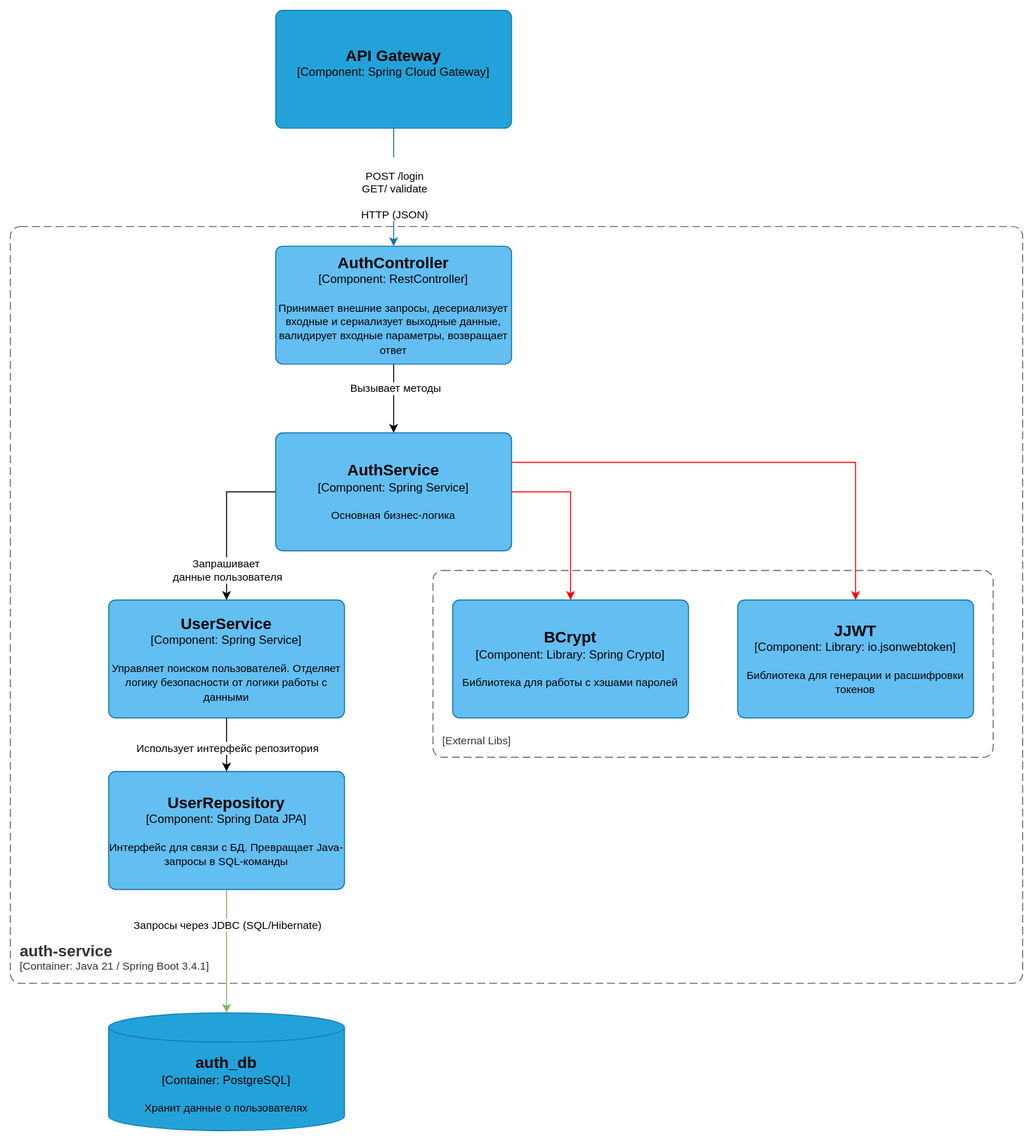
Before: Docs/As-is/Diagrams/AuthServiceC4.svg, a diagram exported from draw.io (ni1a207/Healthcare-System). Source tidied: cells renumbered, new cells last; positions are measured from the earlier drawing's top-left corner, leaving out a move shared by most shapes.
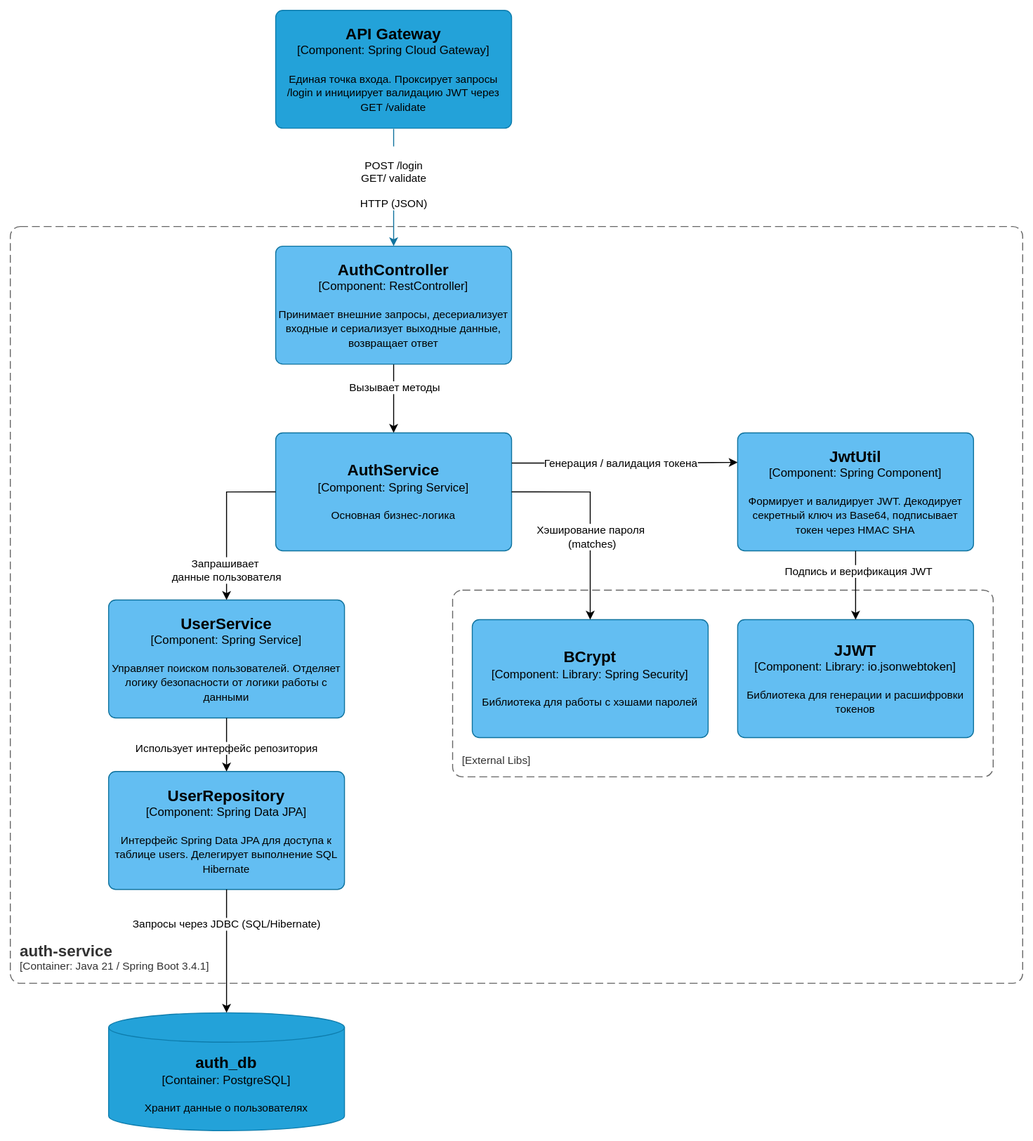
The same diagram one commit later.

The edit, as a diff of the source:
```diff
@@ -7,17 +7,15 @@
         <mxGeometry y="220" width="1030" height="770" as="geometry" />
       </mxCell>
     </object>
-    <mxCell id="3" style="edgeStyle=orthogonalEdgeStyle;rounded=0;jettySize=auto;html=1;entryX=0.5;entryY=0;entryDx=0;entryDy=0;entryPerimeter=0;fillColor=#b1ddf0;strokeColor=light-dark(#10739E,#0000FF);" parent="1" edge="1" target="8">
-      <mxGeometry relative="1" as="geometry">
-        <mxPoint x="390" y="110" as="sourcePoint" />
-      </mxGeometry>
+    <mxCell id="3" style="edgeStyle=orthogonalEdgeStyle;rounded=0;jettySize=auto;html=1;entryX=0.5;entryY=0;entryDx=0;entryDy=0;entryPerimeter=0;fillColor=#b1ddf0;strokeColor=light-dark(#10739E,#0000FF);exitX=0.5;exitY=1.005;exitDx=0;exitDy=0;exitPerimeter=0;" parent="1" edge="1" source="5" target="8">
+      <mxGeometry relative="1" as="geometry" />
     </mxCell>
     <mxCell id="4" value="&lt;div&gt;&lt;br&gt;&lt;/div&gt;&lt;div&gt;POST /login&lt;/div&gt;&lt;span style=&quot;background-color: light-dark(#ffffff, var(--ge-dark-color, #121212)); color: light-dark(rgb(0, 0, 0), rgb(255, 255, 255));&quot;&gt;GET/ validate&lt;/span&gt;&lt;div&gt;&lt;br&gt;&lt;/div&gt;&lt;div&gt;HTTP (JSON)&lt;br&gt;&lt;/div&gt;" style="edgeLabel;html=1;align=center;verticalAlign=middle;" parent="3" vertex="1">
       <mxGeometry x="0.07" y="2" relative="1" as="geometry">
-        <mxPoint x="-2" y="1" as="offset" />
+        <mxPoint x="-2" y="-14" as="offset" />
       </mxGeometry>
     </mxCell>
-    <object id="5" label="&lt;font style=&quot;font-size: 16px&quot;&gt;&lt;b&gt;%c4Name%&lt;/b&gt;&lt;/font&gt;&lt;div&gt;[%c4Type%: %c4Technology%]&lt;/div&gt;&lt;br&gt;&lt;div&gt;&lt;font style=&quot;font-size: 11px&quot;&gt;&lt;font&gt;%c4Description%&lt;/font&gt;&lt;/font&gt;&lt;/div&gt;" c4Description="" c4Name="API Gateway" c4Technology="Spring Cloud Gateway" c4Type="Component" placeholders="1">
+    <object id="5" label="&lt;font style=&quot;font-size: 16px&quot;&gt;&lt;b&gt;%c4Name%&lt;/b&gt;&lt;/font&gt;&lt;div&gt;[%c4Type%: %c4Technology%]&lt;/div&gt;&lt;br&gt;&lt;div&gt;&lt;font style=&quot;font-size: 11px&quot;&gt;&lt;font&gt;%c4Description%&lt;/font&gt;&lt;/font&gt;&lt;/div&gt;" c4Description="Единая точка входа. Проксирует запросы /login и инициирует валидацию JWT через GET /validate" c4Name="API Gateway" c4Technology="Spring Cloud Gateway" c4Type="Component" placeholders="1">
       <mxCell style="rounded=1;whiteSpace=wrap;html=1;labelBackgroundColor=none;align=center;arcSize=6;points=[[0.25,0,0],[0.5,0,0],[0.75,0,0],[1,0.25,0],[1,0.5,0],[1,0.75,0],[0.75,1,0],[0.5,1,0],[0.25,1,0],[0,0.75,0],[0,0.5,0],[0,0.25,0]];fillColor=#23A2D9;strokeColor=#0E7DAD;fontColor=light-dark(#000000,#000000);" parent="1" vertex="1">
         <mxGeometry x="270" width="240" height="120" as="geometry" />
       </mxCell>
@@ -28,7 +26,7 @@
     <mxCell id="7" value="Вызывает методы" style="edgeLabel;html=1;align=center;verticalAlign=middle;" parent="6" vertex="1">
       <mxGeometry x="-0.31" y="1" relative="1" as="geometry" />
     </mxCell>
-    <object id="8" label="&lt;font style=&quot;font-size: 16px&quot;&gt;&lt;b&gt;%c4Name%&lt;/b&gt;&lt;/font&gt;&lt;div&gt;[%c4Type%: %c4Technology%]&lt;/div&gt;&lt;br&gt;&lt;div&gt;&lt;font style=&quot;font-size: 11px&quot;&gt;%c4Description%&lt;/font&gt;&lt;/div&gt;" c4Description="Принимает внешние запросы, десериализует входные и сериализует выходные данные, валидирует входные параметры, возвращает ответ" c4Name="AuthController" c4Technology="RestController" c4Type="Component" placeholders="1">
+    <object id="8" label="&lt;font style=&quot;font-size: 16px&quot;&gt;&lt;b&gt;%c4Name%&lt;/b&gt;&lt;/font&gt;&lt;div&gt;[%c4Type%: %c4Technology%]&lt;/div&gt;&lt;br&gt;&lt;div&gt;&lt;font style=&quot;font-size: 11px&quot;&gt;%c4Description%&lt;/font&gt;&lt;/div&gt;" c4Description="Принимает внешние запросы, десериализует входные и сериализует выходные данные, возвращает ответ" c4Name="AuthController" c4Technology="RestController" c4Type="Component" placeholders="1">
       <mxCell style="rounded=1;whiteSpace=wrap;html=1;labelBackgroundColor=none;align=center;arcSize=6;points=[[0.25,0,0],[0.5,0,0],[0.75,0,0],[1,0.25,0],[1,0.5,0],[1,0.75,0],[0.75,1,0],[0.5,1,0],[0.25,1,0],[0,0.75,0],[0,0.5,0],[0,0.25,0]];fillColor=#63BEF2;strokeColor=#10739e;fontColor=light-dark(#000000,#000000);" parent="1" vertex="1">
         <mxGeometry x="270" y="240" width="240" height="120" as="geometry" />
       </mxCell>
@@ -43,7 +41,7 @@
         <mxGeometry x="100" y="600" width="240" height="120" as="geometry" />
       </mxCell>
     </object>
-    <object id="11" label="&lt;font style=&quot;font-size: 16px&quot;&gt;&lt;b&gt;%c4Name%&lt;/b&gt;&lt;/font&gt;&lt;div&gt;[%c4Type%: %c4Technology%]&lt;/div&gt;&lt;br&gt;&lt;div&gt;&lt;font style=&quot;font-size: 11px&quot;&gt;%c4Description%&lt;/font&gt;&lt;/div&gt;" c4Description="Интерфейс для связи с БД. Превращает Java-запросы в SQL-команды" c4Name="UserRepository" c4Technology="Spring Data JPA" c4Type="Component" placeholders="1">
+    <object id="11" label="&lt;font style=&quot;font-size: 16px&quot;&gt;&lt;b&gt;%c4Name%&lt;/b&gt;&lt;/font&gt;&lt;div&gt;[%c4Type%: %c4Technology%]&lt;/div&gt;&lt;br&gt;&lt;div&gt;&lt;font style=&quot;font-size: 11px&quot;&gt;%c4Description%&lt;/font&gt;&lt;/div&gt;" c4Description="Интерфейс Spring Data JPA для доступа к таблице users. Делегирует выполнение SQL Hibernate" c4Name="UserRepository" c4Technology="Spring Data JPA" c4Type="Component" placeholders="1">
       <mxCell style="rounded=1;whiteSpace=wrap;html=1;labelBackgroundColor=none;align=center;arcSize=6;points=[[0.25,0,0],[0.5,0,0],[0.75,0,0],[1,0.25,0],[1,0.5,0],[1,0.75,0],[0.75,1,0],[0.5,1,0],[0.25,1,0],[0,0.75,0],[0,0.5,0],[0,0.25,0]];fillColor=#63BEF2;strokeColor=#10739e;fontColor=light-dark(#000000,#000000);" parent="1" vertex="1">
         <mxGeometry x="100" y="774.5" width="240" height="120" as="geometry" />
       </mxCell>
@@ -69,7 +67,7 @@
         <mxGeometry x="100" y="1020" width="240" height="120" as="geometry" />
       </mxCell>
     </object>
-    <mxCell id="17" style="edgeStyle=orthogonalEdgeStyle;rounded=0;jettySize=auto;html=1;entryX=0.5;entryY=0;entryDx=0;entryDy=0;entryPerimeter=0;fillColor=#d5e8d4;gradientColor=#97d077;strokeColor=light-dark(#82B366,#00CC00);" parent="1" edge="1" source="11" target="16">
+    <mxCell id="17" style="edgeStyle=orthogonalEdgeStyle;rounded=0;jettySize=auto;html=1;entryX=0.5;entryY=0;entryDx=0;entryDy=0;entryPerimeter=0;fillColor=#d5e8d4;gradientColor=#97d077;strokeColor=default;" parent="1" edge="1" source="11" target="16">
       <mxGeometry relative="1" as="geometry" />
     </mxCell>
     <mxCell id="18" value="Запросы через JDBC (SQL/Hibernate)" style="edgeLabel;html=1;align=center;verticalAlign=middle;" parent="17" vertex="1">
@@ -79,26 +77,47 @@
     </mxCell>
     <object id="19" label="&lt;font style=&quot;font-size: 16px&quot;&gt;&lt;b&gt;&lt;div style=&quot;text-align: left&quot;&gt;%c4Name%&lt;/div&gt;&lt;/b&gt;&lt;/font&gt;&lt;div style=&quot;text-align: left&quot;&gt;[%c4Application%]&lt;/div&gt;" c4Application="External Libs" c4Name="" c4Type="ContainerScopeBoundary" placeholders="1">
       <mxCell style="rounded=1;fontSize=11;whiteSpace=wrap;html=1;dashed=1;arcSize=20;fillColor=none;strokeColor=#666666;fontColor=#333333;labelBackgroundColor=none;align=left;verticalAlign=bottom;labelBorderColor=none;spacingTop=0;spacing=10;dashPattern=8 4;perimeter=rectanglePerimeter;noLabel=0;labelPadding=0;absoluteArcSize=1;" parent="1" vertex="1">
-        <mxGeometry x="430" y="570" width="570" height="190" as="geometry" />
+        <mxGeometry x="450" y="590" width="550" height="190" as="geometry" />
       </mxCell>
     </object>
-    <object id="20" label="&lt;font style=&quot;font-size: 16px&quot;&gt;&lt;b&gt;%c4Name%&lt;/b&gt;&lt;/font&gt;&lt;div&gt;[%c4Type%: %c4Technology%]&lt;/div&gt;&lt;br&gt;&lt;div&gt;&lt;font style=&quot;font-size: 11px&quot;&gt;%c4Description%&lt;/font&gt;&lt;/div&gt;" c4Description="Библиотека для работы с хэшами паролей" c4Name="BCrypt" c4Technology="Library: Spring Crypto" c4Type="Component" placeholders="1">
+    <object id="20" label="&lt;font style=&quot;font-size: 16px&quot;&gt;&lt;b&gt;%c4Name%&lt;/b&gt;&lt;/font&gt;&lt;div&gt;[%c4Type%: %c4Technology%]&lt;/div&gt;&lt;br&gt;&lt;div&gt;&lt;font style=&quot;font-size: 11px&quot;&gt;%c4Description%&lt;/font&gt;&lt;/div&gt;" c4Description="Библиотека для работы с хэшами паролей" c4Name="BCrypt" c4Technology="Library: Spring Security" c4Type="Component" placeholders="1">
       <mxCell style="rounded=1;whiteSpace=wrap;html=1;labelBackgroundColor=none;align=center;arcSize=6;points=[[0.25,0,0],[0.5,0,0],[0.75,0,0],[1,0.25,0],[1,0.5,0],[1,0.75,0],[0.75,1,0],[0.5,1,0],[0.25,1,0],[0,0.75,0],[0,0.5,0],[0,0.25,0]];fillColor=#63BEF2;strokeColor=#10739e;fontColor=light-dark(#000000,#000000);" parent="1" vertex="1">
-        <mxGeometry x="450" y="600" width="240" height="120" as="geometry" />
+        <mxGeometry x="470" y="620" width="240" height="120" as="geometry" />
       </mxCell>
     </object>
-    <mxCell id="21" style="edgeStyle=orthogonalEdgeStyle;rounded=0;jettySize=auto;html=1;entryX=0.5;entryY=0;entryDx=0;entryDy=0;entryPerimeter=0;exitX=1;exitY=0.5;exitDx=0;exitDy=0;exitPerimeter=0;fillColor=#f8cecc;gradientColor=#ea6b66;strokeColor=light-dark(#FF0000,#FF0000);" parent="1" edge="1" source="9" target="20">
+    <mxCell id="21" style="edgeStyle=orthogonalEdgeStyle;rounded=0;jettySize=auto;html=1;entryX=0.5;entryY=0;entryDx=0;entryDy=0;entryPerimeter=0;exitX=1;exitY=0.5;exitDx=0;exitDy=0;exitPerimeter=0;fillColor=#f8cecc;gradientColor=#ea6b66;strokeColor=default;" parent="1" edge="1" source="9" target="20">
       <mxGeometry relative="1" as="geometry" />
     </mxCell>
+    <mxCell id="24" value="Хэширование пароля&amp;nbsp;&lt;div&gt;(matches)&lt;/div&gt;" style="edgeLabel;html=1;align=center;verticalAlign=middle;" parent="21" vertex="1">
+      <mxGeometry x="0.26" y="2" relative="1" as="geometry">
+        <mxPoint y="-7" as="offset" />
+      </mxGeometry>
+    </mxCell>
     <object id="22" label="&lt;font style=&quot;font-size: 16px&quot;&gt;&lt;b&gt;%c4Name%&lt;/b&gt;&lt;/font&gt;&lt;div&gt;[%c4Type%: %c4Technology%]&lt;/div&gt;&lt;br&gt;&lt;div&gt;&lt;font style=&quot;font-size: 11px&quot;&gt;%c4Description%&lt;/font&gt;&lt;/div&gt;" c4Description="Библиотека для генерации и расшифровки токенов" c4Name="JJWT" c4Technology="Library: io.jsonwebtoken" c4Type="Component" placeholders="1">
       <mxCell style="rounded=1;whiteSpace=wrap;html=1;labelBackgroundColor=none;align=center;arcSize=6;points=[[0.25,0,0],[0.5,0,0],[0.75,0,0],[1,0.25,0],[1,0.5,0],[1,0.75,0],[0.75,1,0],[0.5,1,0],[0.25,1,0],[0,0.75,0],[0,0.5,0],[0,0.25,0]];fillColor=#63BEF2;strokeColor=#10739e;fontColor=light-dark(#000000,#000000);" parent="1" vertex="1">
-        <mxGeometry x="740" y="600" width="240" height="120" as="geometry" />
+        <mxGeometry x="740" y="620" width="240" height="120" as="geometry" />
       </mxCell>
     </object>
-    <mxCell id="23" style="edgeStyle=orthogonalEdgeStyle;rounded=0;jettySize=auto;html=1;entryX=0.5;entryY=0;entryDx=0;entryDy=0;entryPerimeter=0;fillColor=#f8cecc;gradientColor=#ea6b66;strokeColor=light-dark(#FF0000,#FF0000);" parent="1" edge="1" target="22">
-      <mxGeometry relative="1" as="geometry">
-        <mxPoint x="510" y="460" as="sourcePoint" />
-      </mxGeometry>
+    <mxCell id="23" style="edgeStyle=orthogonalEdgeStyle;rounded=0;jettySize=auto;html=1;entryX=0;entryY=0.25;entryDx=0;entryDy=0;entryPerimeter=0;fillColor=#f8cecc;gradientColor=#ea6b66;strokeColor=default;exitX=1.001;exitY=0.256;exitDx=0;exitDy=0;exitPerimeter=0;" parent="1" edge="1" source="9" target="26">
+      <mxGeometry relative="1" as="geometry" />
     </mxCell>
+    <mxCell id="25" value="Генерация / валидация токена" style="edgeLabel;html=1;align=center;verticalAlign=middle;" parent="23" vertex="1">
+      <mxGeometry x="-0.6" y="2" relative="1" as="geometry">
+        <mxPoint x="64" y="2" as="offset" />
+      </mxGeometry>
+    </mxCell>
+    <object id="26" label="&lt;font style=&quot;font-size: 16px&quot;&gt;&lt;b&gt;%c4Name%&lt;/b&gt;&lt;/font&gt;&lt;div&gt;[%c4Type%: %c4Technology%]&lt;/div&gt;&lt;br&gt;&lt;div&gt;&lt;font style=&quot;font-size: 11px&quot;&gt;%c4Description%&lt;/font&gt;&lt;/div&gt;" c4Description="Формирует и валидирует JWT. Декодирует секретный ключ из Base64, подписывает токен через HMAC SHA" c4Name="JwtUtil" c4Technology="Spring Component" c4Type="Component" placeholders="1">
+      <mxCell style="rounded=1;whiteSpace=wrap;html=1;labelBackgroundColor=none;align=center;arcSize=6;points=[[0.25,0,0],[0.5,0,0],[0.75,0,0],[1,0.25,0],[1,0.5,0],[1,0.75,0],[0.75,1,0],[0.5,1,0],[0.25,1,0],[0,0.75,0],[0,0.5,0],[0,0.25,0]];fillColor=#63BEF2;strokeColor=#10739e;fontColor=light-dark(#000000,#000000);" parent="1" vertex="1">
+        <mxGeometry x="740" y="430" width="240" height="120" as="geometry" />
+      </mxCell>
+    </object>
+    <mxCell id="27" style="edgeStyle=orthogonalEdgeStyle;rounded=0;jettySize=auto;html=1;entryX=0.5;entryY=0;entryDx=0;entryDy=0;entryPerimeter=0;" parent="1" edge="1" source="26" target="22">
+      <mxGeometry relative="1" as="geometry" />
+    </mxCell>
+    <mxCell id="28" value="Подпись и верификация JWT" style="edgeLabel;html=1;align=center;verticalAlign=middle;" parent="27" vertex="1">
+      <mxGeometry x="-0.37" y="3" relative="1" as="geometry">
+        <mxPoint y="-2" as="offset" />
+      </mxGeometry>
+    </mxCell>
   </root>
 </mxGraphModel>
```
